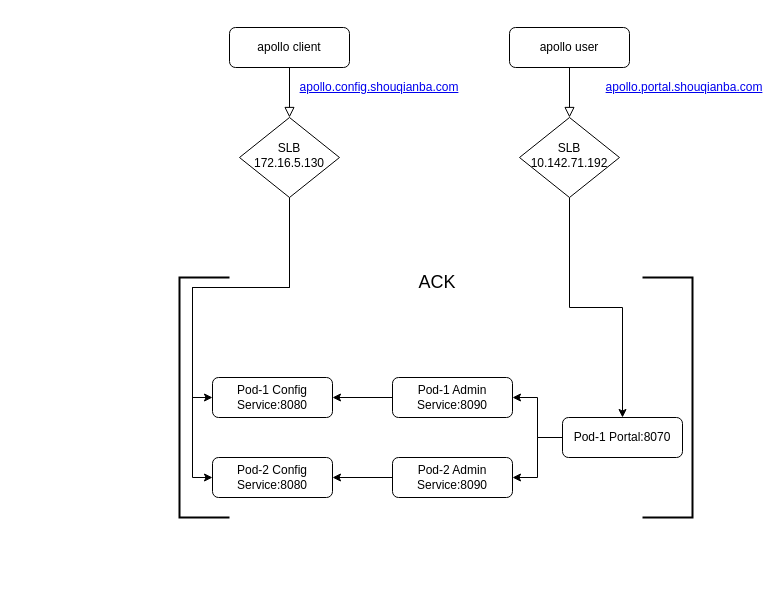
Before: page "2迁移k8s" (4 of 7) of Untitled Diagram.drawio in RockyLOMO/devops-java-sample, a draw.io diagram. Source tidied: cells renumbered, new cells numbered last; positions are measured from the earlier drawing's top-left corner, leaving out a move shared by most shapes. Both pictures are drawn from the tidied source at 100%, with x=0, y=0 at pixel (179, 27).
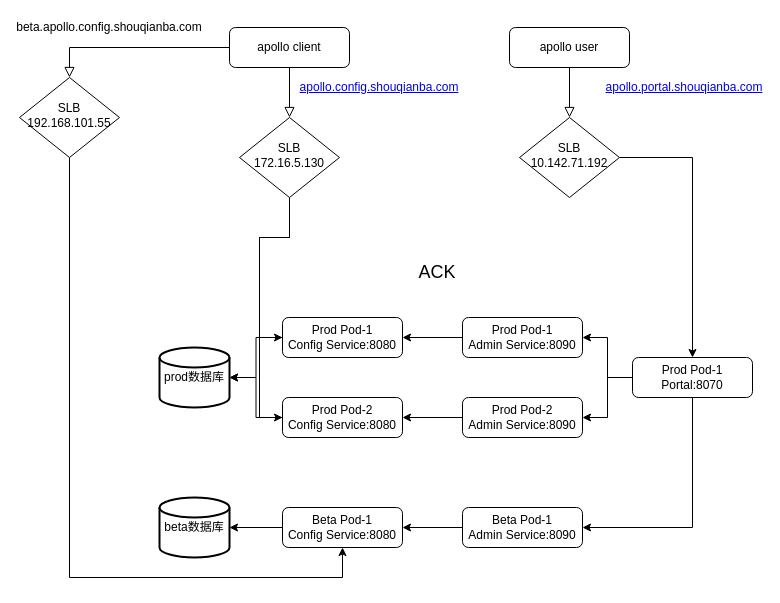
After the change.

The change refers to these unchanged cells:
```xml
<mxCell id="3" value="apollo client" style="rounded=1;whiteSpace=wrap;html=1;fontSize=12;glass=0;strokeWidth=1;shadow=0;" parent="1" vertex="1">
  <mxGeometry x="50" width="120" height="40" as="geometry" />
</mxCell>
<mxCell id="6" value="SLB&lt;br&gt;172.16.5.130" style="rhombus;whiteSpace=wrap;html=1;shadow=0;fontFamily=Helvetica;fontSize=12;align=center;strokeWidth=1;spacing=6;spacingTop=-4;" parent="1" vertex="1">
  <mxGeometry x="60" y="90" width="100" height="80" as="geometry" />
</mxCell>
```

Diff of the diagram source:
```diff
@@
     <mxCell id="4" style="edgeStyle=orthogonalEdgeStyle;rounded=0;jettySize=auto;html=1;entryX=0;entryY=0.5;entryDx=0;entryDy=0;" parent="1" edge="1" source="6" target="17">
       <mxGeometry relative="1" as="geometry">
         <Array as="points">
-          <mxPoint x="110" y="260" />
-          <mxPoint x="13" y="260" />
-          <mxPoint x="13" y="450" />
+          <mxPoint x="110" y="210" />
+          <mxPoint x="80" y="210" />
+          <mxPoint x="80" y="390" />
         </Array>
       </mxGeometry>
     </mxCell>
     <mxCell id="5" style="edgeStyle=orthogonalEdgeStyle;rounded=0;jettySize=auto;html=1;entryX=0;entryY=0.5;entryDx=0;entryDy=0;" parent="1" edge="1" source="6" target="16">
-      <mxGeometry relative="1" as="geometry" />
+      <mxGeometry relative="1" as="geometry">
+        <Array as="points">
+          <mxPoint x="110" y="210" />
+          <mxPoint x="80" y="210" />
+          <mxPoint x="80" y="310" />
+        </Array>
+      </mxGeometry>
     </mxCell>
@@
-    <mxCell id="15" value="Pod-1 Portal:8070" style="rounded=1;whiteSpace=wrap;html=1;fontSize=12;glass=0;strokeWidth=1;shadow=0;" parent="1" vertex="1">
-      <mxGeometry x="383" y="390" width="120" height="40" as="geometry" />
+    <mxCell id="15" value="Prod Pod-1&lt;br&gt;Portal:8070" style="rounded=1;whiteSpace=wrap;html=1;fontSize=12;glass=0;strokeWidth=1;shadow=0;" parent="1" vertex="1">
+      <mxGeometry x="453" y="330" width="120" height="40" as="geometry" />
     </mxCell>
+    <mxCell id="25" style="edgeStyle=orthogonalEdgeStyle;rounded=0;jettySize=auto;html=1;" parent="1" edge="1" source="16" target="27">
+      <mxGeometry relative="1" as="geometry" />
+    </mxCell>
-    <mxCell id="16" value="Pod-1 Config Service:8080" style="rounded=1;whiteSpace=wrap;html=1;fontSize=12;glass=0;strokeWidth=1;shadow=0;" parent="1" vertex="1">
-      <mxGeometry x="33" y="350" width="120" height="40" as="geometry" />
+    <mxCell id="16" value="Prod Pod-1 &lt;br&gt;Config Service:8080" style="rounded=1;whiteSpace=wrap;html=1;fontSize=12;glass=0;strokeWidth=1;shadow=0;" parent="1" vertex="1">
+      <mxGeometry x="103" y="290" width="120" height="40" as="geometry" />
     </mxCell>
+    <mxCell id="26" style="edgeStyle=orthogonalEdgeStyle;rounded=0;jettySize=auto;html=1;" parent="1" edge="1" source="17" target="27">
+      <mxGeometry relative="1" as="geometry" />
+    </mxCell>
-    <mxCell id="17" value="Pod-2 Config Service:8080" style="rounded=1;whiteSpace=wrap;html=1;fontSize=12;glass=0;strokeWidth=1;shadow=0;" parent="1" vertex="1">
-      <mxGeometry x="33" y="430" width="120" height="40" as="geometry" />
+    <mxCell id="17" value="Prod Pod-2 &lt;br&gt;Config Service:8080" style="rounded=1;whiteSpace=wrap;html=1;fontSize=12;glass=0;strokeWidth=1;shadow=0;" parent="1" vertex="1">
+      <mxGeometry x="103" y="370" width="120" height="40" as="geometry" />
     </mxCell>
@@
-    <mxCell id="19" value="Pod-1 Admin Service:8090" style="rounded=1;whiteSpace=wrap;html=1;fontSize=12;glass=0;strokeWidth=1;shadow=0;" parent="1" vertex="1">
-      <mxGeometry x="213" y="350" width="120" height="40" as="geometry" />
+    <mxCell id="19" value="Prod Pod-1 &lt;br&gt;Admin Service:8090" style="rounded=1;whiteSpace=wrap;html=1;fontSize=12;glass=0;strokeWidth=1;shadow=0;" parent="1" vertex="1">
+      <mxGeometry x="283" y="290" width="120" height="40" as="geometry" />
     </mxCell>
@@
-    <mxCell id="21" value="Pod-2 Admin Service:8090" style="rounded=1;whiteSpace=wrap;html=1;fontSize=12;glass=0;strokeWidth=1;shadow=0;" parent="1" vertex="1">
-      <mxGeometry x="213" y="430" width="120" height="40" as="geometry" />
+    <mxCell id="21" value="Prod Pod-2 &lt;br&gt;Admin Service:8090" style="rounded=1;whiteSpace=wrap;html=1;fontSize=12;glass=0;strokeWidth=1;shadow=0;" parent="1" vertex="1">
+      <mxGeometry x="283" y="370" width="120" height="40" as="geometry" />
     </mxCell>
     <mxCell id="22" value="&lt;font style=&quot;font-size: 18px&quot;&gt;ACK&lt;/font&gt;" style="text;html=1;strokeColor=none;fillColor=none;align=center;verticalAlign=middle;whiteSpace=wrap;rounded=0;" parent="1" vertex="1">
-      <mxGeometry x="213" y="240" width="90" height="30" as="geometry" />
+      <mxGeometry x="213" y="230" width="90" height="30" as="geometry" />
     </mxCell>
-    <mxCell id="23" style="strokeWidth=2;html=1;shape=mxgraph.flowchart.annotation_1;align=left;" parent="1" vertex="1">
-      <mxGeometry y="250" width="50" height="240" as="geometry" />
-    </mxCell>
-    <mxCell id="24" style="strokeWidth=2;html=1;shape=mxgraph.flowchart.annotation_1;align=left;direction=west;" parent="1" vertex="1">
-      <mxGeometry x="463" y="250" width="50" height="240" as="geometry" />
-    </mxCell>
+    <mxCell id="27" value="prod数据库" style="strokeWidth=2;html=1;shape=mxgraph.flowchart.database;whiteSpace=wrap;" parent="1" vertex="1">
+      <mxGeometry x="-20" y="320" width="70" height="60" as="geometry" />
+    </mxCell>
+    <mxCell id="28" style="edgeStyle=orthogonalEdgeStyle;rounded=0;jettySize=auto;html=1;" parent="1" edge="1" source="29" target="36">
+      <mxGeometry relative="1" as="geometry" />
+    </mxCell>
+    <mxCell id="29" value="Beta Pod-1&lt;br&gt;Config Service:8080" style="rounded=1;whiteSpace=wrap;html=1;fontSize=12;glass=0;strokeWidth=1;shadow=0;" parent="1" vertex="1">
+      <mxGeometry x="103" y="480" width="120" height="40" as="geometry" />
+    </mxCell>
+    <mxCell id="30" style="edgeStyle=orthogonalEdgeStyle;rounded=0;jettySize=auto;html=1;" parent="1" edge="1" source="31" target="29">
+      <mxGeometry relative="1" as="geometry" />
+    </mxCell>
+    <mxCell id="31" value="Beta Pod-1&lt;br&gt;Admin Service:8090" style="rounded=1;whiteSpace=wrap;html=1;fontSize=12;glass=0;strokeWidth=1;shadow=0;" parent="1" vertex="1">
+      <mxGeometry x="283" y="480" width="120" height="40" as="geometry" />
+    </mxCell>
+    <mxCell id="32" style="edgeStyle=orthogonalEdgeStyle;rounded=0;jettySize=auto;html=1;entryX=1;entryY=0.5;entryDx=0;entryDy=0;exitX=0.5;exitY=1;exitDx=0;exitDy=0;" parent="1" edge="1" source="15" target="31">
+      <mxGeometry relative="1" as="geometry" />
+    </mxCell>
+    <mxCell id="33" value="SLB&lt;br&gt;192.168.101.55" style="rhombus;whiteSpace=wrap;html=1;shadow=0;fontFamily=Helvetica;fontSize=12;align=center;strokeWidth=1;spacing=6;spacingTop=-4;" parent="1" vertex="1">
+      <mxGeometry x="-160" y="50" width="100" height="80" as="geometry" />
+    </mxCell>
+    <mxCell id="34" style="rounded=0;html=1;jettySize=auto;fontSize=11;endArrow=block;endFill=0;endSize=8;strokeWidth=1;shadow=0;labelBackgroundColor=none;edgeStyle=orthogonalEdgeStyle;exitX=0;exitY=0.5;exitDx=0;exitDy=0;entryX=0.5;entryY=0;entryDx=0;entryDy=0;" parent="1" edge="1" source="3" target="33">
+      <mxGeometry relative="1" as="geometry">
+        <Array as="points">
+          <mxPoint x="-110" y="20" />
+        </Array>
+      </mxGeometry>
+    </mxCell>
+    <mxCell id="35" style="edgeStyle=orthogonalEdgeStyle;rounded=0;jettySize=auto;html=1;entryX=0.5;entryY=1;entryDx=0;entryDy=0;" parent="1" edge="1" source="33" target="29">
+      <mxGeometry relative="1" as="geometry">
+        <Array as="points">
+          <mxPoint x="-110" y="550" />
+          <mxPoint x="163" y="550" />
+        </Array>
+      </mxGeometry>
+    </mxCell>
+    <mxCell id="36" value="beta数据库" style="strokeWidth=2;html=1;shape=mxgraph.flowchart.database;whiteSpace=wrap;" parent="1" vertex="1">
+      <mxGeometry x="-20" y="470" width="70" height="60" as="geometry" />
+    </mxCell>
+    <mxCell id="37" value="beta.apollo.config.shouqianba.com" style="text;html=1;strokeColor=none;fillColor=none;align=center;verticalAlign=middle;whiteSpace=wrap;rounded=0;" parent="1" vertex="1">
+      <mxGeometry x="-90" y="-10" width="40" height="20" as="geometry" />
+    </mxCell>
```
